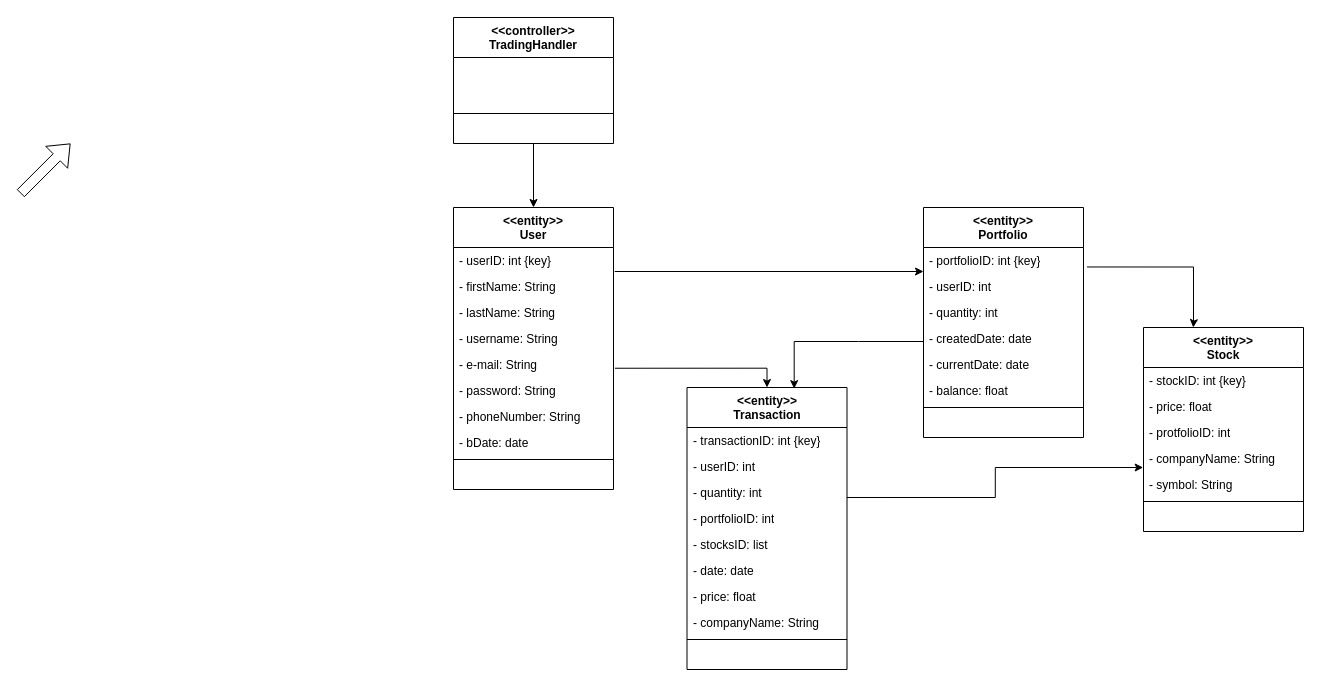
Abdulmohsen23/IS498 keeps this draw.io diagram as Diagrams/FIRST_CUT_CLASS DIAGRAM.drawio. Above is the earlier version. Source tidied: cells renumbered, new cells numbered last; positions are measured from the earlier drawing's top-left corner, leaving out a move shared by most shapes. Both pictures are drawn from the tidied source at 100%, with x=0, y=0 at pixel (20, 17).
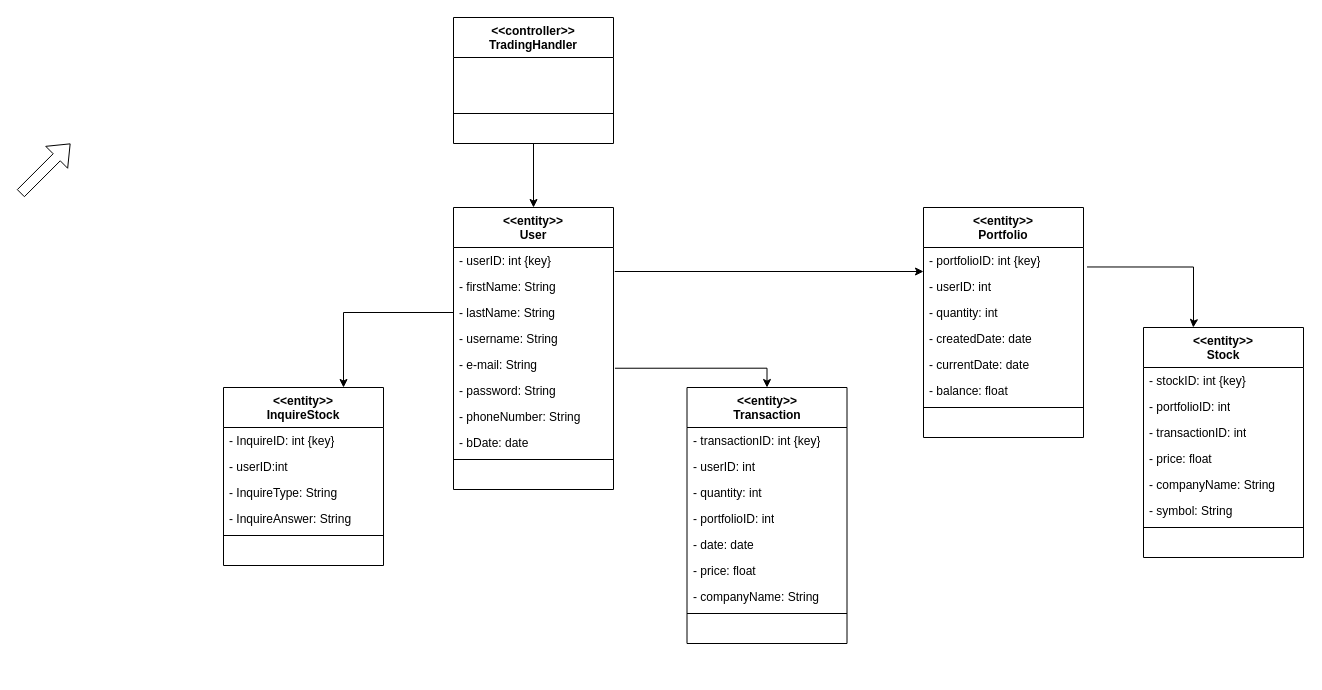
The same page after the edit.

The change refers to these unchanged cells:
```xml
<mxCell id="5" value="- lastName: String" style="text;strokeColor=none;fillColor=none;align=left;verticalAlign=top;spacingLeft=4;spacingRight=4;overflow=hidden;points=[[0,0.5],[1,0.5]];portConstraint=eastwest;whiteSpace=wrap;html=1;" parent="2" vertex="1">
  <mxGeometry y="92" width="160" height="26" as="geometry" />
</mxCell>
<mxCell id="40" value="- quantity: int" style="text;strokeColor=none;fillColor=none;align=left;verticalAlign=top;spacingLeft=4;spacingRight=4;overflow=hidden;points=[[0,0.5],[1,0.5]];portConstraint=eastwest;whiteSpace=wrap;html=1;" parent="37" vertex="1">
  <mxGeometry y="92" width="160" height="26" as="geometry" />
</mxCell>
```

Change to the diagram source:
```diff
@@
     <mxCell id="29" value="&lt;div&gt;&amp;lt;&amp;lt;entity&amp;gt;&amp;gt;&lt;/div&gt;&lt;div&gt;Stock&lt;br&gt;&lt;/div&gt;" style="swimlane;fontStyle=1;align=center;verticalAlign=top;horizontal=1;startSize=40;whiteSpace=wrap;html=1;" parent="1" vertex="1">
-      <mxGeometry x="1123" y="310" width="160" height="204" as="geometry" />
+      <mxGeometry x="1123" y="310" width="160" height="230" as="geometry" />
     </mxCell>
@@
-    <mxCell id="31" value="- price: float" style="text;strokeColor=none;fillColor=none;align=left;verticalAlign=top;spacingLeft=4;spacingRight=4;overflow=hidden;whiteSpace=wrap;html=1;" parent="29" vertex="1">
+    <mxCell id="31" value="- portfolioID: int" style="text;strokeColor=none;fillColor=none;align=left;verticalAlign=top;spacingLeft=4;spacingRight=4;overflow=hidden;whiteSpace=wrap;html=1;" parent="29" vertex="1">
       <mxGeometry y="66" width="160" height="26" as="geometry" />
     </mxCell>
+    <mxCell id="53" value="- transactionID: int" style="text;strokeColor=none;fillColor=none;align=left;verticalAlign=top;spacingLeft=4;spacingRight=4;overflow=hidden;whiteSpace=wrap;html=1;" parent="29" vertex="1">
+      <mxGeometry y="92" width="160" height="26" as="geometry" />
+    </mxCell>
-    <mxCell id="32" value="- protfolioID: int" style="text;strokeColor=none;fillColor=none;align=left;verticalAlign=top;spacingLeft=4;spacingRight=4;overflow=hidden;whiteSpace=wrap;html=1;" parent="29" vertex="1">
-      <mxGeometry y="92" width="160" height="26" as="geometry" />
+    <mxCell id="32" value="- price: float" style="text;strokeColor=none;fillColor=none;align=left;verticalAlign=top;spacingLeft=4;spacingRight=4;overflow=hidden;whiteSpace=wrap;html=1;" parent="29" vertex="1">
+      <mxGeometry y="118" width="160" height="26" as="geometry" />
     </mxCell>
     <mxCell id="33" value="- companyName: String" style="text;strokeColor=none;fillColor=none;align=left;verticalAlign=top;spacingLeft=4;spacingRight=4;overflow=hidden;points=[[0,0.5],[1,0.5]];portConstraint=eastwest;whiteSpace=wrap;html=1;" parent="29" vertex="1">
-      <mxGeometry y="118" width="160" height="26" as="geometry" />
+      <mxGeometry y="144" width="160" height="26" as="geometry" />
     </mxCell>
     <mxCell id="34" value="- symbol: String" style="text;strokeColor=none;fillColor=none;align=left;verticalAlign=top;spacingLeft=4;spacingRight=4;overflow=hidden;whiteSpace=wrap;html=1;" parent="29" vertex="1">
-      <mxGeometry y="144" width="160" height="26" as="geometry" />
+      <mxGeometry y="170" width="160" height="26" as="geometry" />
     </mxCell>
     <mxCell id="35" style="line;strokeWidth=1;fillColor=none;align=left;verticalAlign=middle;spacingTop=-1;spacingLeft=3;spacingRight=3;labelPosition=right;strokeColor=inherit;" parent="29" vertex="1">
-      <mxGeometry y="170" width="160" height="8" as="geometry" />
+      <mxGeometry y="196" width="160" height="8" as="geometry" />
     </mxCell>
     <mxCell id="36" value="&lt;div&gt;&amp;nbsp;&amp;nbsp;&amp;nbsp;&amp;nbsp;&amp;nbsp;&amp;nbsp;&amp;nbsp;&amp;nbsp;&amp;nbsp;&amp;nbsp;&amp;nbsp;&amp;nbsp;&amp;nbsp;&amp;nbsp;&amp;nbsp;&amp;nbsp;&amp;nbsp;&amp;nbsp;&amp;nbsp;&amp;nbsp;&amp;nbsp;&amp;nbsp;&amp;nbsp;&amp;nbsp;&amp;nbsp;&amp;nbsp;&amp;nbsp;&amp;nbsp;&amp;nbsp;&amp;nbsp;&amp;nbsp;&amp;nbsp;&amp;nbsp;&amp;nbsp;&amp;nbsp;&amp;nbsp;&amp;nbsp;&amp;nbsp;&amp;nbsp;&amp;nbsp;&amp;nbsp;&amp;nbsp;&amp;nbsp;&amp;nbsp;&amp;nbsp; &lt;br&gt;&lt;/div&gt;" style="text;strokeColor=none;fillColor=none;align=left;verticalAlign=top;spacingLeft=4;spacingRight=4;overflow=hidden;whiteSpace=wrap;html=1;" parent="29" vertex="1">
-      <mxGeometry y="178" width="160" height="26" as="geometry" />
+      <mxGeometry y="204" width="160" height="26" as="geometry" />
     </mxCell>
     <mxCell id="37" value="&lt;div&gt;&amp;lt;&amp;lt;entity&amp;gt;&amp;gt;&lt;/div&gt;&lt;div&gt;Transaction&lt;br&gt;&lt;/div&gt;" style="swimlane;fontStyle=1;align=center;verticalAlign=top;horizontal=1;startSize=40;whiteSpace=wrap;html=1;" parent="1" vertex="1">
-      <mxGeometry x="666.5" y="370" width="160" height="282" as="geometry" />
+      <mxGeometry x="666.5" y="370" width="160" height="256" as="geometry" />
     </mxCell>
@@
-    <mxCell id="42" value="- stocksID: list" style="text;strokeColor=none;fillColor=none;align=left;verticalAlign=top;spacingLeft=4;spacingRight=4;overflow=hidden;whiteSpace=wrap;html=1;" parent="37" vertex="1">
-      <mxGeometry y="144" width="160" height="26" as="geometry" />
-    </mxCell>
     <mxCell id="43" value="- date: date" style="text;strokeColor=none;fillColor=none;align=left;verticalAlign=top;spacingLeft=4;spacingRight=4;overflow=hidden;whiteSpace=wrap;html=1;" parent="37" vertex="1">
-      <mxGeometry y="170" width="160" height="26" as="geometry" />
+      <mxGeometry y="144" width="160" height="26" as="geometry" />
     </mxCell>
     <mxCell id="44" value="- price: float" style="text;strokeColor=none;fillColor=none;align=left;verticalAlign=top;spacingLeft=4;spacingRight=4;overflow=hidden;whiteSpace=wrap;html=1;" parent="37" vertex="1">
-      <mxGeometry y="196" width="160" height="26" as="geometry" />
+      <mxGeometry y="170" width="160" height="26" as="geometry" />
     </mxCell>
     <mxCell id="45" value="- companyName: String" style="text;strokeColor=none;fillColor=none;align=left;verticalAlign=top;spacingLeft=4;spacingRight=4;overflow=hidden;whiteSpace=wrap;html=1;" parent="37" vertex="1">
-      <mxGeometry y="222" width="160" height="26" as="geometry" />
+      <mxGeometry y="196" width="160" height="26" as="geometry" />
     </mxCell>
     <mxCell id="46" style="line;strokeWidth=1;fillColor=none;align=left;verticalAlign=middle;spacingTop=-1;spacingLeft=3;spacingRight=3;labelPosition=right;strokeColor=inherit;" parent="37" vertex="1">
-      <mxGeometry y="248" width="160" height="8" as="geometry" />
+      <mxGeometry y="222" width="160" height="8" as="geometry" />
     </mxCell>
     <mxCell id="47" value="&lt;div&gt;&amp;nbsp;&amp;nbsp;&amp;nbsp;&amp;nbsp;&amp;nbsp;&amp;nbsp;&amp;nbsp;&amp;nbsp;&amp;nbsp;&amp;nbsp;&amp;nbsp;&amp;nbsp;&amp;nbsp;&amp;nbsp;&amp;nbsp;&amp;nbsp;&amp;nbsp;&amp;nbsp;&amp;nbsp;&amp;nbsp;&amp;nbsp;&amp;nbsp;&amp;nbsp;&amp;nbsp;&amp;nbsp;&amp;nbsp;&amp;nbsp;&amp;nbsp;&amp;nbsp;&amp;nbsp;&amp;nbsp;&amp;nbsp;&amp;nbsp;&amp;nbsp;&amp;nbsp;&amp;nbsp;&amp;nbsp;&amp;nbsp;&amp;nbsp;&amp;nbsp;&amp;nbsp;&amp;nbsp;&amp;nbsp;&amp;nbsp;&amp;nbsp; &lt;br&gt;&lt;/div&gt;" style="text;strokeColor=none;fillColor=none;align=left;verticalAlign=top;spacingLeft=4;spacingRight=4;overflow=hidden;whiteSpace=wrap;html=1;" parent="37" vertex="1">
-      <mxGeometry y="256" width="160" height="26" as="geometry" />
+      <mxGeometry y="230" width="160" height="26" as="geometry" />
     </mxCell>
@@
-    <mxCell id="49" style="endArrow=classic;html=1;rounded=0;exitX=0.999;exitY=0.692;exitDx=0;exitDy=0;exitPerimeter=0;entryX=-0.002;entryY=0.846;entryDx=0;entryDy=0;entryPerimeter=0;edgeStyle=orthogonalEdgeStyle;" parent="1" edge="1" source="40" target="33">
-      <mxGeometry relative="1" as="geometry" />
-    </mxCell>
@@
-    <mxCell id="52" style="endArrow=classic;html=1;rounded=0;edgeStyle=orthogonalEdgeStyle;entryX=0.67;entryY=0.004;entryDx=0;entryDy=0;entryPerimeter=0;" parent="1" edge="1" target="37">
-      <mxGeometry relative="1" as="geometry">
-        <mxPoint x="903" y="324" as="sourcePoint" />
-        <Array as="points">
-          <mxPoint x="838" y="324" />
-          <mxPoint x="774" y="324" />
-        </Array>
-      </mxGeometry>
-    </mxCell>
+    <mxCell id="54" value="&lt;div&gt;&amp;lt;&amp;lt;entity&amp;gt;&amp;gt;&lt;/div&gt;&lt;div&gt;InquireStock&lt;br&gt;&lt;/div&gt;" style="swimlane;fontStyle=1;align=center;verticalAlign=top;horizontal=1;startSize=40;whiteSpace=wrap;html=1;" parent="1" vertex="1">
+      <mxGeometry x="203" y="370" width="160" height="178" as="geometry" />
+    </mxCell>
+    <mxCell id="55" value="- InquireID: int {key}" style="text;strokeColor=none;fillColor=none;align=left;verticalAlign=top;spacingLeft=4;spacingRight=4;overflow=hidden;whiteSpace=wrap;html=1;" parent="54" vertex="1">
+      <mxGeometry y="40" width="160" height="26" as="geometry" />
+    </mxCell>
+    <mxCell id="56" value="- userID:int" style="text;strokeColor=none;fillColor=none;align=left;verticalAlign=top;spacingLeft=4;spacingRight=4;overflow=hidden;whiteSpace=wrap;html=1;" parent="54" vertex="1">
+      <mxGeometry y="66" width="160" height="26" as="geometry" />
+    </mxCell>
+    <mxCell id="57" value="- InquireType: String" style="text;strokeColor=none;fillColor=none;align=left;verticalAlign=top;spacingLeft=4;spacingRight=4;overflow=hidden;whiteSpace=wrap;html=1;" parent="54" vertex="1">
+      <mxGeometry y="92" width="160" height="26" as="geometry" />
+    </mxCell>
+    <mxCell id="58" value="- InquireAnswer: String" style="text;strokeColor=none;fillColor=none;align=left;verticalAlign=top;spacingLeft=4;spacingRight=4;overflow=hidden;whiteSpace=wrap;html=1;" parent="54" vertex="1">
+      <mxGeometry y="118" width="160" height="26" as="geometry" />
+    </mxCell>
+    <mxCell id="59" style="line;strokeWidth=1;fillColor=none;align=left;verticalAlign=middle;spacingTop=-1;spacingLeft=3;spacingRight=3;labelPosition=right;strokeColor=inherit;" parent="54" vertex="1">
+      <mxGeometry y="144" width="160" height="8" as="geometry" />
+    </mxCell>
+    <mxCell id="60" value="&lt;div&gt;&amp;nbsp;&amp;nbsp;&amp;nbsp;&amp;nbsp;&amp;nbsp;&amp;nbsp;&amp;nbsp;&amp;nbsp;&amp;nbsp;&amp;nbsp;&amp;nbsp;&amp;nbsp;&amp;nbsp;&amp;nbsp;&amp;nbsp;&amp;nbsp;&amp;nbsp;&amp;nbsp;&amp;nbsp;&amp;nbsp;&amp;nbsp;&amp;nbsp;&amp;nbsp;&amp;nbsp;&amp;nbsp;&amp;nbsp;&amp;nbsp;&amp;nbsp;&amp;nbsp;&amp;nbsp;&amp;nbsp;&amp;nbsp;&amp;nbsp;&amp;nbsp;&amp;nbsp;&amp;nbsp;&amp;nbsp;&amp;nbsp;&amp;nbsp;&amp;nbsp;&amp;nbsp;&amp;nbsp;&amp;nbsp;&amp;nbsp;&amp;nbsp; &lt;br&gt;&lt;/div&gt;" style="text;strokeColor=none;fillColor=none;align=left;verticalAlign=top;spacingLeft=4;spacingRight=4;overflow=hidden;whiteSpace=wrap;html=1;" parent="54" vertex="1">
+      <mxGeometry y="152" width="160" height="26" as="geometry" />
+    </mxCell>
+    <mxCell id="61" style="endArrow=classic;html=1;rounded=0;entryX=0.75;entryY=0;entryDx=0;entryDy=0;exitX=0;exitY=0.5;exitDx=0;exitDy=0;edgeStyle=orthogonalEdgeStyle;" parent="1" edge="1" source="5" target="54">
+      <mxGeometry relative="1" as="geometry">
+        <Array as="points">
+          <mxPoint x="323" y="295" />
+        </Array>
+      </mxGeometry>
+    </mxCell>
```
